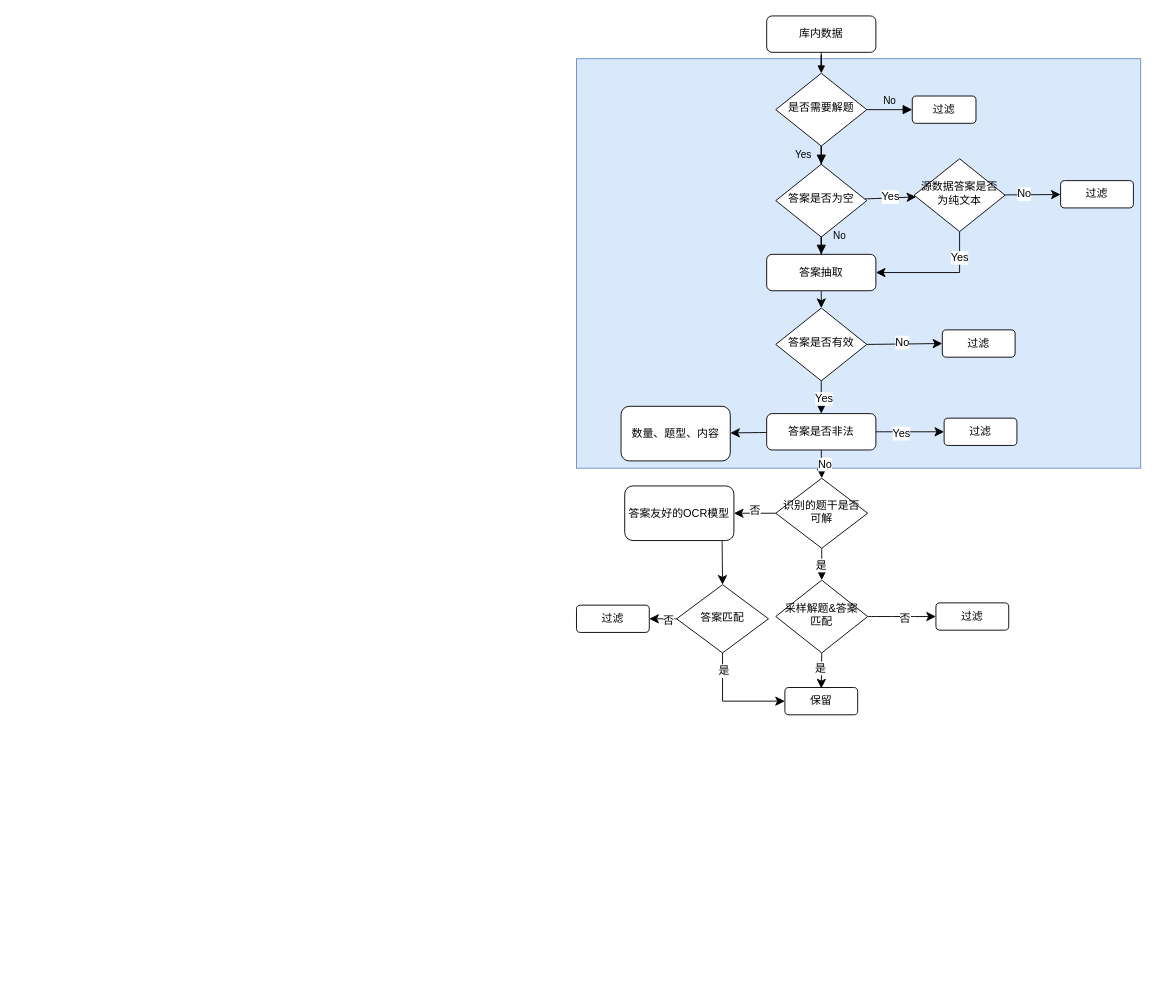
Above: pics/t.drawio in QinHsiu/plot_demo (draw.io), before the change. Source tidied: cells renumbered, new cells numbered last; positions are measured from the earlier drawing's top-left corner, leaving out a move shared by most shapes. Both pictures are drawn from the tidied source at 91%, with x=0, y=0 at pixel (576, 15).
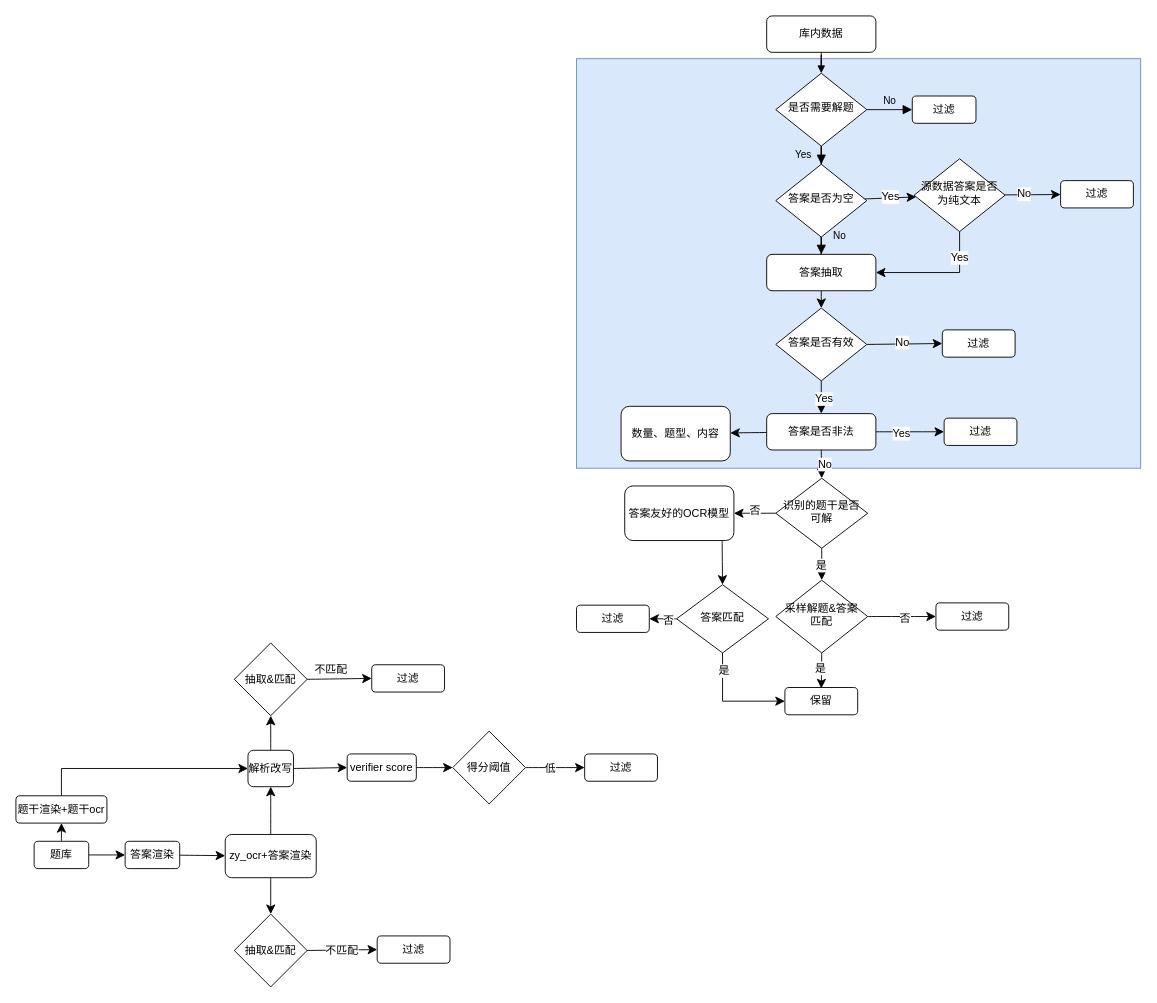
The same page after the edit.

The edit, as a diff of the source:
```diff
@@
+    <mxCell id="55" style="edgeStyle=none;curved=1;rounded=0;jettySize=auto;html=1;fontSize=12;startSize=8;endSize=8;" parent="1" edge="1" source="57" target="59">
+      <mxGeometry relative="1" as="geometry" />
+    </mxCell>
+    <mxCell id="56" style="edgeStyle=none;curved=1;rounded=0;jettySize=auto;html=1;fontSize=12;startSize=8;endSize=8;" parent="1" edge="1" source="57" target="64">
+      <mxGeometry relative="1" as="geometry" />
+    </mxCell>
+    <mxCell id="57" value="题库" style="rounded=1;whiteSpace=wrap;html=1;" parent="1" vertex="1">
+      <mxGeometry x="-596" y="907" width="60" height="30" as="geometry" />
+    </mxCell>
+    <mxCell id="58" style="edgeStyle=none;curved=1;rounded=0;jettySize=auto;html=1;fontSize=12;startSize=8;endSize=8;" parent="1" edge="1" source="59" target="62">
+      <mxGeometry relative="1" as="geometry" />
+    </mxCell>
+    <mxCell id="59" value="答案渲染" style="rounded=1;whiteSpace=wrap;html=1;" parent="1" vertex="1">
+      <mxGeometry x="-496" y="907" width="60" height="30" as="geometry" />
+    </mxCell>
+    <mxCell id="60" style="edgeStyle=none;curved=1;rounded=0;jettySize=auto;html=1;exitX=0.5;exitY=0;exitDx=0;exitDy=0;entryX=0.5;entryY=1;entryDx=0;entryDy=0;fontSize=12;startSize=8;endSize=8;" parent="1" edge="1" source="62" target="67">
+      <mxGeometry relative="1" as="geometry" />
+    </mxCell>
+    <mxCell id="61" style="edgeStyle=none;curved=1;rounded=0;jettySize=auto;html=1;exitX=0.5;exitY=1;exitDx=0;exitDy=0;fontSize=12;startSize=8;endSize=8;entryX=0.5;entryY=0;entryDx=0;entryDy=0;" parent="1" edge="1" source="62" target="80">
+      <mxGeometry relative="1" as="geometry" />
+    </mxCell>
+    <mxCell id="62" value="zy_ocr+答案渲染" style="whiteSpace=wrap;html=1;rounded=1;" parent="1" vertex="1">
+      <mxGeometry x="-386" y="899.5" width="100" height="47.5" as="geometry" />
+    </mxCell>
+    <mxCell id="63" style="edgeStyle=orthogonalEdgeStyle;rounded=0;jettySize=auto;html=1;fontSize=12;startSize=8;endSize=8;entryX=0;entryY=0.5;entryDx=0;entryDy=0;exitX=0.5;exitY=0;exitDx=0;exitDy=0;" parent="1" edge="1" source="64" target="67">
+      <mxGeometry relative="1" as="geometry">
+        <Array as="points">
+          <mxPoint x="-566" y="827" />
+        </Array>
+      </mxGeometry>
+    </mxCell>
+    <mxCell id="64" value="题干渲染+题干ocr" style="whiteSpace=wrap;html=1;rounded=1;" parent="1" vertex="1">
+      <mxGeometry x="-616" y="857" width="100" height="30" as="geometry" />
+    </mxCell>
+    <mxCell id="65" style="edgeStyle=none;curved=1;rounded=0;jettySize=auto;html=1;exitX=1;exitY=0.5;exitDx=0;exitDy=0;fontSize=12;startSize=8;endSize=8;entryX=0;entryY=0.5;entryDx=0;entryDy=0;" parent="1" edge="1" source="67" target="69">
+      <mxGeometry relative="1" as="geometry" />
+    </mxCell>
+    <mxCell id="66" style="edgeStyle=none;curved=1;rounded=0;jettySize=auto;html=1;fontSize=12;startSize=8;endSize=8;entryX=0.5;entryY=1;entryDx=0;entryDy=0;" parent="1" edge="1" source="67" target="76">
+      <mxGeometry relative="1" as="geometry" />
+    </mxCell>
+    <mxCell id="67" value="解析改写" style="rounded=1;whiteSpace=wrap;html=1;" parent="1" vertex="1">
+      <mxGeometry x="-361" y="807" width="50" height="40" as="geometry" />
+    </mxCell>
+    <mxCell id="68" style="edgeStyle=none;curved=1;rounded=0;jettySize=auto;html=1;exitX=1;exitY=0.5;exitDx=0;exitDy=0;fontSize=12;startSize=8;endSize=8;entryX=0;entryY=0.5;entryDx=0;entryDy=0;" parent="1" edge="1" source="69" target="72">
+      <mxGeometry relative="1" as="geometry" />
+    </mxCell>
+    <mxCell id="69" value="verifier score" style="rounded=1;whiteSpace=wrap;html=1;" parent="1" vertex="1">
+      <mxGeometry x="-252" y="811" width="76" height="30" as="geometry" />
+    </mxCell>
+    <mxCell id="70" style="edgeStyle=none;curved=1;rounded=0;jettySize=auto;html=1;exitX=1;exitY=0.5;exitDx=0;exitDy=0;fontSize=12;startSize=8;endSize=8;" parent="1" edge="1" source="72" target="73">
+      <mxGeometry relative="1" as="geometry" />
+    </mxCell>
+    <mxCell id="71" value="低" style="edgeLabel;html=1;align=center;verticalAlign=middle;fontSize=12;" parent="70" vertex="1">
+      <mxGeometry x="-0.19" relative="1" as="geometry" />
+    </mxCell>
+    <mxCell id="72" value="得分阈值" style="rhombus;whiteSpace=wrap;html=1;" parent="1" vertex="1">
+      <mxGeometry x="-136" y="786" width="80" height="80" as="geometry" />
+    </mxCell>
+    <mxCell id="73" value="过滤" style="rounded=1;whiteSpace=wrap;html=1;" parent="1" vertex="1">
+      <mxGeometry x="9" y="811" width="80" height="30" as="geometry" />
+    </mxCell>
+    <mxCell id="74" style="edgeStyle=none;curved=1;rounded=0;jettySize=auto;html=1;fontSize=12;startSize=8;endSize=8;entryX=0;entryY=0.5;entryDx=0;entryDy=0;exitX=1;exitY=0.5;exitDx=0;exitDy=0;" parent="1" edge="1" source="76" target="77">
+      <mxGeometry relative="1" as="geometry" />
+    </mxCell>
+    <mxCell id="75" value="不匹配" style="edgeLabel;html=1;align=center;verticalAlign=middle;fontSize=12;" parent="74" vertex="1">
+      <mxGeometry x="-0.14" y="-1" relative="1" as="geometry">
+        <mxPoint x="-6" y="-11" as="offset" />
+      </mxGeometry>
+    </mxCell>
+    <mxCell id="76" value="抽取&amp;amp;匹配" style="rhombus;whiteSpace=wrap;html=1;" parent="1" vertex="1">
+      <mxGeometry x="-376" y="689" width="80" height="80" as="geometry" />
+    </mxCell>
+    <mxCell id="77" value="过滤" style="rounded=1;whiteSpace=wrap;html=1;" parent="1" vertex="1">
+      <mxGeometry x="-225" y="713" width="80" height="30" as="geometry" />
+    </mxCell>
+    <mxCell id="78" style="edgeStyle=none;curved=1;rounded=0;jettySize=auto;html=1;exitX=1;exitY=0.5;exitDx=0;exitDy=0;fontSize=12;startSize=8;endSize=8;entryX=0;entryY=0.5;entryDx=0;entryDy=0;" parent="1" edge="1" source="80" target="81">
+      <mxGeometry relative="1" as="geometry" />
+    </mxCell>
+    <mxCell id="79" value="不匹配" style="edgeLabel;html=1;align=center;verticalAlign=middle;fontSize=12;" parent="78" vertex="1">
+      <mxGeometry x="-0.02" relative="1" as="geometry" />
+    </mxCell>
+    <mxCell id="80" value="抽取&amp;amp;匹配" style="rhombus;whiteSpace=wrap;html=1;" parent="1" vertex="1">
+      <mxGeometry x="-376" y="987" width="80" height="80" as="geometry" />
+    </mxCell>
+    <mxCell id="81" value="过滤" style="rounded=1;whiteSpace=wrap;html=1;" parent="1" vertex="1">
+      <mxGeometry x="-219" y="1011" width="80" height="30" as="geometry" />
+    </mxCell>
```
